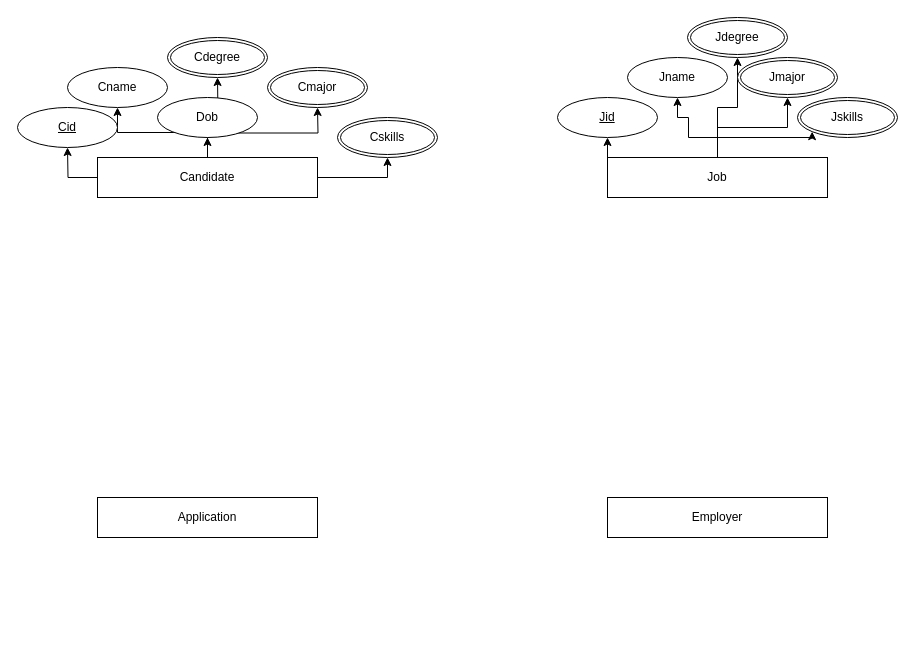
Before: AI Resume Matcher.drawio in AbitathaRoy/AI-Job-Matching, a draw.io diagram. Source tidied: cells renumbered, new cells numbered last; positions are measured from the earlier drawing's top-left corner, leaving out a move shared by most shapes. Both pictures are drawn from the tidied source at 100%, with x=0, y=0 at pixel (17, 17).
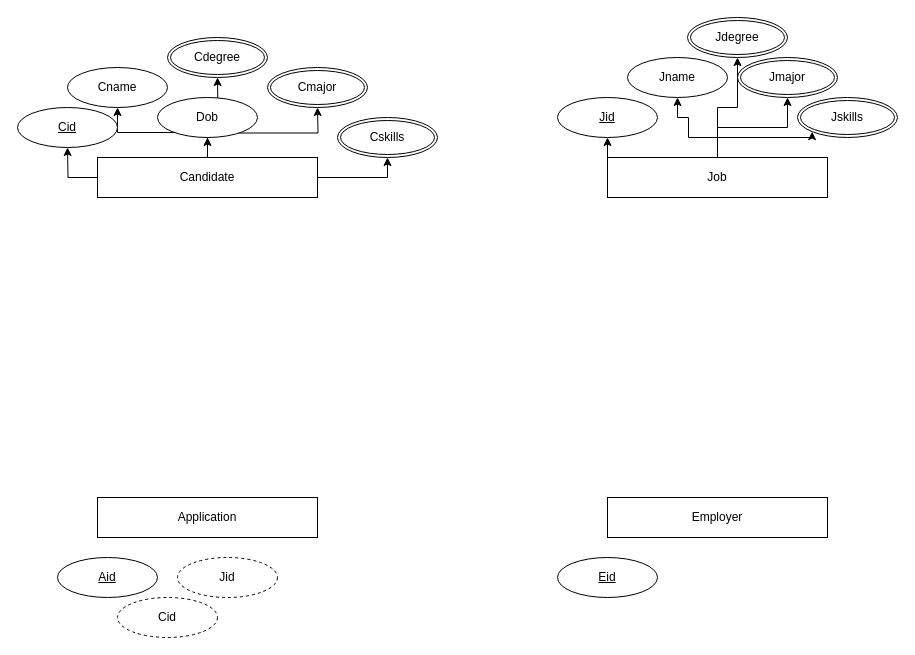
Above is the later version.

Diff of the diagram source:
```diff
@@
+    <mxCell id="29" value="Aid" style="ellipse;whiteSpace=wrap;html=1;align=center;fontStyle=4;" parent="1" vertex="1">
+      <mxGeometry x="40" y="540" width="100" height="40" as="geometry" />
+    </mxCell>
+    <mxCell id="30" value="Cid" style="ellipse;whiteSpace=wrap;html=1;align=center;dashed=1;" parent="1" vertex="1">
+      <mxGeometry x="100" y="580" width="100" height="40" as="geometry" />
+    </mxCell>
+    <mxCell id="31" value="Jid" style="ellipse;whiteSpace=wrap;html=1;align=center;dashed=1;" parent="1" vertex="1">
+      <mxGeometry x="160" y="540" width="100" height="40" as="geometry" />
+    </mxCell>
+    <mxCell id="32" value="Eid" style="ellipse;whiteSpace=wrap;html=1;align=center;fontStyle=4;" parent="1" vertex="1">
+      <mxGeometry x="540" y="540" width="100" height="40" as="geometry" />
+    </mxCell>
```
